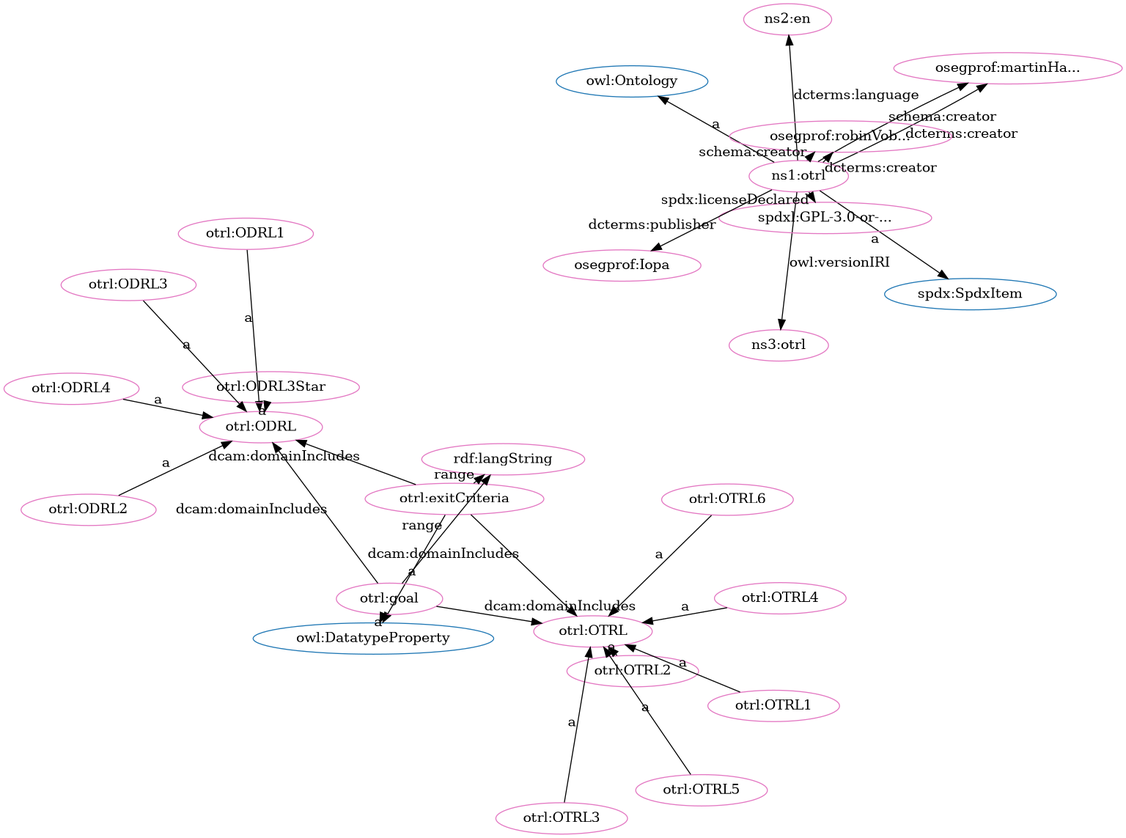
iop-alliance/OpenKnowHow keeps this Graphviz diagram as src/spec/fdp_otrl.png. Above is the earlier version. Its source is kept beside it as src/spec/fdp_otrl.dot.
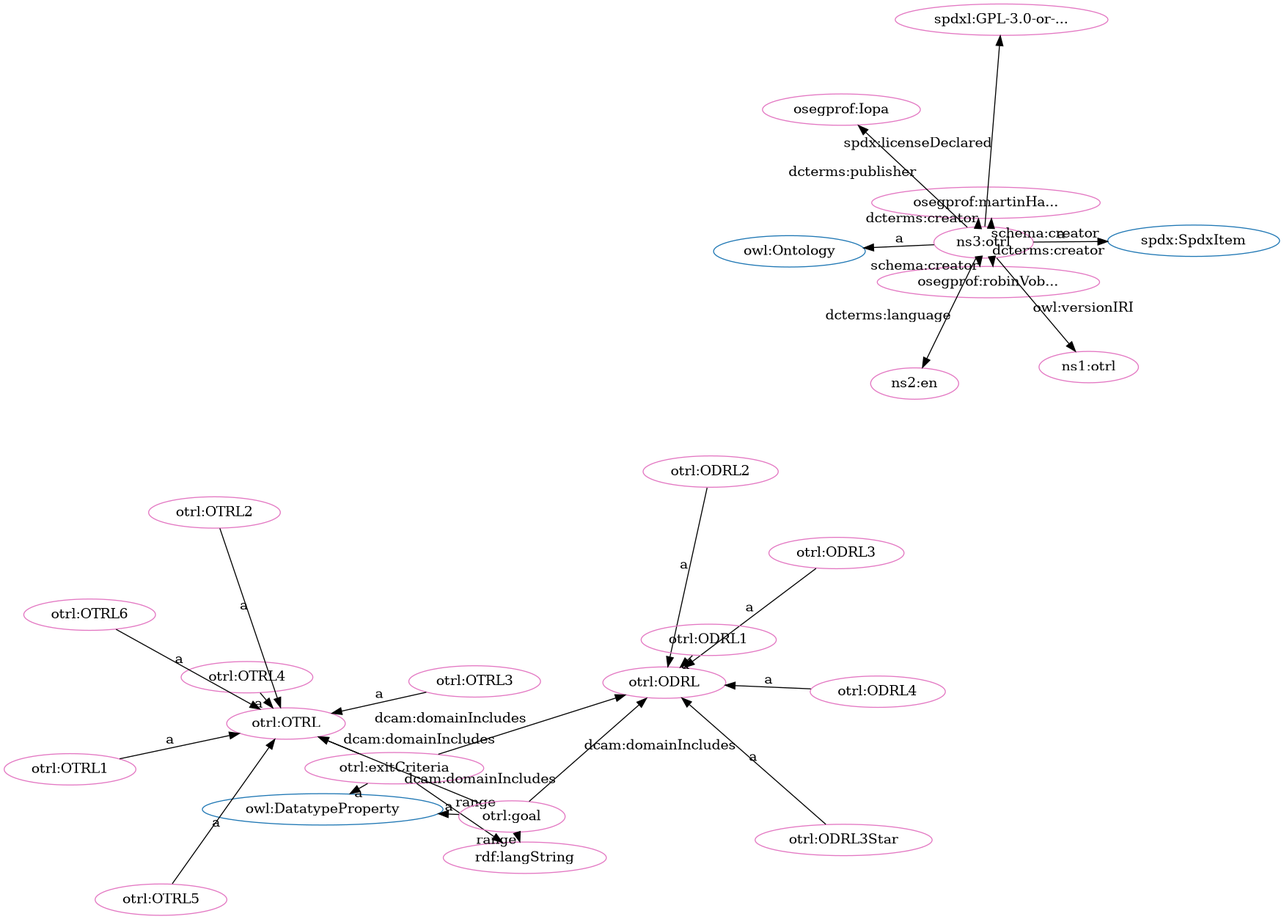
After the change.

The edit, as a diff of the source:
```diff
@@ -1,61 +1,61 @@
 digraph G {
   rankdir=BT
   node[height=.3]
+"http://www.w3.org/2002/07/owl#DatatypeProperty" [fillcolor="#1f77b4" color="#1f77b4" label="owl:DatatypeProperty"]
+"http://w3id.org/oseg/ont/otrl#ODRL" [fillcolor="#1f77b4" color="#1f77b4" label="otrl:ODRL"]
+"http://w3id.org/oseg/ont/otrl#OTRL" [fillcolor="#1f77b4" color="#1f77b4" label="otrl:OTRL"]
 "http://www.w3.org/2002/07/owl#Ontology" [fillcolor="#1f77b4" color="#1f77b4" label="owl:Ontology"]
-"http://w3id.org/oseg/ont/otrl#ODRL" [fillcolor="#1f77b4" color="#1f77b4" label="otrl:ODRL"]
 "http://spdx.org/rdf/terms#SpdxItem" [fillcolor="#1f77b4" color="#1f77b4" label="spdx:SpdxItem"]
-"http://w3id.org/oseg/ont/otrl#OTRL" [fillcolor="#1f77b4" color="#1f77b4" label="otrl:OTRL"]
-"http://www.w3.org/2002/07/owl#DatatypeProperty" [fillcolor="#1f77b4" color="#1f77b4" label="owl:DatatypeProperty"]
-"http://w3id.org/oseg/ont/otrl#OTRL" [fillcolor="#e377c2" color="#e377c2" label="otrl:OTRL"]
-"http://w3id.org/oseg/ont/otrl#ODRL1" [fillcolor="#e377c2" color="#e377c2" label="otrl:ODRL1"]
-"http://w3id.org/oseg/ont/otrl" [fillcolor="#e377c2" color="#e377c2" label="ns1:otrl"]
-"http://id.loc.gov/vocabulary/iso639-1/en" [fillcolor="#e377c2" color="#e377c2" label="ns2:en"]
-"http://w3id.org/oseg/ont/otrl#OTRL6" [fillcolor="#e377c2" color="#e377c2" label="otrl:OTRL6"]
+"http://w3id.org/oseg/ont/1.1.0/otrl" [fillcolor="#e377c2" color="#e377c2" label="ns1:otrl"]
+"http://w3id.org/oseg/ont/oseg-profiles#Iopa" [fillcolor="#e377c2" color="#e377c2" label="osegprof:Iopa"]
+"http://w3id.org/oseg/ont/otrl#OTRL4" [fillcolor="#e377c2" color="#e377c2" label="otrl:OTRL4"]
+"http://w3id.org/oseg/ont/otrl#ODRL2" [fillcolor="#e377c2" color="#e377c2" label="otrl:ODRL2"]
 "http://w3id.org/oseg/ont/oseg-profiles#martinHaeuer" [fillcolor="#e377c2" color="#e377c2" label="osegprof:martinHa..."]
 "http://w3id.org/oseg/ont/otrl#ODRL" [fillcolor="#e377c2" color="#e377c2" label="otrl:ODRL"]
+"http://w3id.org/oseg/ont/otrl#OTRL6" [fillcolor="#e377c2" color="#e377c2" label="otrl:OTRL6"]
+"http://w3id.org/oseg/ont/otrl#exitCriteria" [fillcolor="#e377c2" color="#e377c2" label="otrl:exitCriteria"]
+"http://w3id.org/oseg/ont/otrl#OTRL5" [fillcolor="#e377c2" color="#e377c2" label="otrl:OTRL5"]
+"http://w3id.org/oseg/ont/otrl#OTRL2" [fillcolor="#e377c2" color="#e377c2" label="otrl:OTRL2"]
+"http://spdx.org/licenses/GPL-3.0-or-later" [fillcolor="#e377c2" color="#e377c2" label="spdxl:GPL-3.0-or-..."]
+"http://w3id.org/oseg/ont/otrl#OTRL" [fillcolor="#e377c2" color="#e377c2" label="otrl:OTRL"]
+"http://w3id.org/oseg/ont/otrl#ODRL3Star" [fillcolor="#e377c2" color="#e377c2" label="otrl:ODRL3Star"]
+"http://id.loc.gov/vocabulary/iso639-1/en" [fillcolor="#e377c2" color="#e377c2" label="ns2:en"]
 "http://www.w3.org/1999/02/22-rdf-syntax-ns#langString" [fillcolor="#e377c2" color="#e377c2" label="rdf:langString"]
+"http://w3id.org/oseg/ont/otrl#OTRL1" [fillcolor="#e377c2" color="#e377c2" label="otrl:OTRL1"]
+"http://w3id.org/oseg/ont/otrl#ODRL4" [fillcolor="#e377c2" color="#e377c2" label="otrl:ODRL4"]
+"http://w3id.org/oseg/ont/otrl#ODRL3" [fillcolor="#e377c2" color="#e377c2" label="otrl:ODRL3"]
+"http://w3id.org/oseg/ont/otrl#ODRL1" [fillcolor="#e377c2" color="#e377c2" label="otrl:ODRL1"]
+"http://w3id.org/oseg/ont/otrl#OTRL3" [fillcolor="#e377c2" color="#e377c2" label="otrl:OTRL3"]
+"http://w3id.org/oseg/ont/otrl#goal" [fillcolor="#e377c2" color="#e377c2" label="otrl:goal"]
 "http://w3id.org/oseg/ont/oseg-profiles#robinVobruba" [fillcolor="#e377c2" color="#e377c2" label="osegprof:robinVob..."]
-"http://w3id.org/oseg/ont/otrl#OTRL2" [fillcolor="#e377c2" color="#e377c2" label="otrl:OTRL2"]
-"http://w3id.org/oseg/ont/otrl#exitCriteria" [fillcolor="#e377c2" color="#e377c2" label="otrl:exitCriteria"]
-"http://w3id.org/oseg/ont/otrl#ODRL2" [fillcolor="#e377c2" color="#e377c2" label="otrl:ODRL2"]
-"http://w3id.org/oseg/ont/1.1.0/otrl" [fillcolor="#e377c2" color="#e377c2" label="ns3:otrl"]
-"http://w3id.org/oseg/ont/otrl#OTRL1" [fillcolor="#e377c2" color="#e377c2" label="otrl:OTRL1"]
-"http://w3id.org/oseg/ont/otrl#OTRL3" [fillcolor="#e377c2" color="#e377c2" label="otrl:OTRL3"]
-"http://w3id.org/oseg/ont/otrl#ODRL4" [fillcolor="#e377c2" color="#e377c2" label="otrl:ODRL4"]
-"http://spdx.org/licenses/GPL-3.0-or-later" [fillcolor="#e377c2" color="#e377c2" label="spdxl:GPL-3.0-or-..."]
-"http://w3id.org/oseg/ont/otrl#ODRL3Star" [fillcolor="#e377c2" color="#e377c2" label="otrl:ODRL3Star"]
-"http://w3id.org/oseg/ont/otrl#ODRL3" [fillcolor="#e377c2" color="#e377c2" label="otrl:ODRL3"]
-"http://w3id.org/oseg/ont/otrl#goal" [fillcolor="#e377c2" color="#e377c2" label="otrl:goal"]
-"http://w3id.org/oseg/ont/otrl#OTRL4" [fillcolor="#e377c2" color="#e377c2" label="otrl:OTRL4"]
-"http://w3id.org/oseg/ont/otrl#OTRL5" [fillcolor="#e377c2" color="#e377c2" label="otrl:OTRL5"]
-"http://w3id.org/oseg/ont/oseg-profiles#Iopa" [fillcolor="#e377c2" color="#e377c2" label="osegprof:Iopa"]
+"http://w3id.org/oseg/ont/otrl" [fillcolor="#e377c2" color="#e377c2" label="ns3:otrl"]
+  "http://w3id.org/oseg/ont/otrl" -> "http://w3id.org/oseg/ont/oseg-profiles#Iopa" [label="dcterms:publisher"]
+  "http://w3id.org/oseg/ont/otrl#OTRL4" -> "http://w3id.org/oseg/ont/otrl#OTRL" [label="a"]
+  "http://w3id.org/oseg/ont/otrl" -> "http://w3id.org/oseg/ont/oseg-profiles#martinHaeuer" [label="dcterms:creator"]
+  "http://w3id.org/oseg/ont/otrl#exitCriteria" -> "http://www.w3.org/2002/07/owl#DatatypeProperty" [label="a"]
+  "http://w3id.org/oseg/ont/otrl#OTRL5" -> "http://w3id.org/oseg/ont/otrl#OTRL" [label="a"]
+  "http://w3id.org/oseg/ont/otrl" -> "http://spdx.org/licenses/GPL-3.0-or-later" [label="spdx:licenseDeclared"]
+  "http://w3id.org/oseg/ont/otrl#ODRL3Star" -> "http://w3id.org/oseg/ont/otrl#ODRL" [label="a"]
+  "http://w3id.org/oseg/ont/otrl" -> "http://id.loc.gov/vocabulary/iso639-1/en" [label="dcterms:language"]
+  "http://w3id.org/oseg/ont/otrl#exitCriteria" -> "http://www.w3.org/1999/02/22-rdf-syntax-ns#langString" [label="range"]
+  "http://w3id.org/oseg/ont/otrl#ODRL4" -> "http://w3id.org/oseg/ont/otrl#ODRL" [label="a"]
+  "http://w3id.org/oseg/ont/otrl#ODRL3" -> "http://w3id.org/oseg/ont/otrl#ODRL" [label="a"]
+  "http://w3id.org/oseg/ont/otrl#ODRL1" -> "http://w3id.org/oseg/ont/otrl#ODRL" [label="a"]
+  "http://w3id.org/oseg/ont/otrl" -> "http://w3id.org/oseg/ont/oseg-profiles#robinVobruba" [label="dcterms:creator"]
+  "http://w3id.org/oseg/ont/otrl" -> "http://w3id.org/oseg/ont/1.1.0/otrl" [label="owl:versionIRI"]
+  "http://w3id.org/oseg/ont/otrl" -> "http://w3id.org/oseg/ont/oseg-profiles#robinVobruba" [label="schema:creator"]
+  "http://w3id.org/oseg/ont/otrl#ODRL2" -> "http://w3id.org/oseg/ont/otrl#ODRL" [label="a"]
+  "http://w3id.org/oseg/ont/otrl#goal" -> "http://w3id.org/oseg/ont/otrl#ODRL" [label="dcam:domainIncludes"]
+  "http://w3id.org/oseg/ont/otrl#OTRL6" -> "http://w3id.org/oseg/ont/otrl#OTRL" [label="a"]
+  "http://w3id.org/oseg/ont/otrl" -> "http://w3id.org/oseg/ont/oseg-profiles#martinHaeuer" [label="schema:creator"]
+  "http://w3id.org/oseg/ont/otrl#OTRL2" -> "http://w3id.org/oseg/ont/otrl#OTRL" [label="a"]
+  "http://w3id.org/oseg/ont/otrl#goal" -> "http://w3id.org/oseg/ont/otrl#OTRL" [label="dcam:domainIncludes"]
+  "http://w3id.org/oseg/ont/otrl#OTRL1" -> "http://w3id.org/oseg/ont/otrl#OTRL" [label="a"]
+  "http://w3id.org/oseg/ont/otrl#OTRL3" -> "http://w3id.org/oseg/ont/otrl#OTRL" [label="a"]
+  "http://w3id.org/oseg/ont/otrl#goal" -> "http://www.w3.org/2002/07/owl#DatatypeProperty" [label="a"]
+  "http://w3id.org/oseg/ont/otrl#goal" -> "http://www.w3.org/1999/02/22-rdf-syntax-ns#langString" [label="range"]
+  "http://w3id.org/oseg/ont/otrl" -> "http://spdx.org/rdf/terms#SpdxItem" [label="a"]
+  "http://w3id.org/oseg/ont/otrl#exitCriteria" -> "http://w3id.org/oseg/ont/otrl#ODRL" [label="dcam:domainIncludes"]
   "http://w3id.org/oseg/ont/otrl" -> "http://www.w3.org/2002/07/owl#Ontology" [label="a"]
-  "http://w3id.org/oseg/ont/otrl" -> "http://id.loc.gov/vocabulary/iso639-1/en" [label="dcterms:language"]
-  "http://w3id.org/oseg/ont/otrl#OTRL6" -> "http://w3id.org/oseg/ont/otrl#OTRL" [label="a"]
-  "http://w3id.org/oseg/ont/otrl#exitCriteria" -> "http://www.w3.org/1999/02/22-rdf-syntax-ns#langString" [label="range"]
-  "http://w3id.org/oseg/ont/otrl#exitCriteria" -> "http://www.w3.org/2002/07/owl#DatatypeProperty" [label="a"]
-  "http://w3id.org/oseg/ont/otrl#goal" -> "http://w3id.org/oseg/ont/otrl#OTRL" [label="dcam:domainIncludes"]
-  "http://w3id.org/oseg/ont/otrl#ODRL2" -> "http://w3id.org/oseg/ont/otrl#ODRL" [label="a"]
-  "http://w3id.org/oseg/ont/otrl" -> "http://w3id.org/oseg/ont/1.1.0/otrl" [label="owl:versionIRI"]
-  "http://w3id.org/oseg/ont/otrl#exitCriteria" -> "http://w3id.org/oseg/ont/otrl#ODRL" [label="dcam:domainIncludes"]
-  "http://w3id.org/oseg/ont/otrl#OTRL3" -> "http://w3id.org/oseg/ont/otrl#OTRL" [label="a"]
-  "http://w3id.org/oseg/ont/otrl#ODRL4" -> "http://w3id.org/oseg/ont/otrl#ODRL" [label="a"]
-  "http://w3id.org/oseg/ont/otrl#ODRL3Star" -> "http://w3id.org/oseg/ont/otrl#ODRL" [label="a"]
-  "http://w3id.org/oseg/ont/otrl" -> "http://w3id.org/oseg/ont/oseg-profiles#martinHaeuer" [label="schema:creator"]
-  "http://w3id.org/oseg/ont/otrl#OTRL4" -> "http://w3id.org/oseg/ont/otrl#OTRL" [label="a"]
-  "http://w3id.org/oseg/ont/otrl#OTRL5" -> "http://w3id.org/oseg/ont/otrl#OTRL" [label="a"]
-  "http://w3id.org/oseg/ont/otrl" -> "http://w3id.org/oseg/ont/oseg-profiles#Iopa" [label="dcterms:publisher"]
-  "http://w3id.org/oseg/ont/otrl#goal" -> "http://www.w3.org/2002/07/owl#DatatypeProperty" [label="a"]
-  "http://w3id.org/oseg/ont/otrl#ODRL1" -> "http://w3id.org/oseg/ont/otrl#ODRL" [label="a"]
   "http://w3id.org/oseg/ont/otrl#exitCriteria" -> "http://w3id.org/oseg/ont/otrl#OTRL" [label="dcam:domainIncludes"]
-  "http://w3id.org/oseg/ont/otrl" -> "http://w3id.org/oseg/ont/oseg-profiles#martinHaeuer" [label="dcterms:creator"]
-  "http://w3id.org/oseg/ont/otrl#goal" -> "http://w3id.org/oseg/ont/otrl#ODRL" [label="dcam:domainIncludes"]
-  "http://w3id.org/oseg/ont/otrl" -> "http://w3id.org/oseg/ont/oseg-profiles#robinVobruba" [label="schema:creator"]
-  "http://w3id.org/oseg/ont/otrl#OTRL2" -> "http://w3id.org/oseg/ont/otrl#OTRL" [label="a"]
-  "http://w3id.org/oseg/ont/otrl" -> "http://spdx.org/rdf/terms#SpdxItem" [label="a"]
-  "http://w3id.org/oseg/ont/otrl#goal" -> "http://www.w3.org/1999/02/22-rdf-syntax-ns#langString" [label="range"]
-  "http://w3id.org/oseg/ont/otrl#OTRL1" -> "http://w3id.org/oseg/ont/otrl#OTRL" [label="a"]
-  "http://w3id.org/oseg/ont/otrl" -> "http://w3id.org/oseg/ont/oseg-profiles#robinVobruba" [label="dcterms:creator"]
-  "http://w3id.org/oseg/ont/otrl" -> "http://spdx.org/licenses/GPL-3.0-or-later" [label="spdx:licenseDeclared"]
-  "http://w3id.org/oseg/ont/otrl#ODRL3" -> "http://w3id.org/oseg/ont/otrl#ODRL" [label="a"]
 }
```
